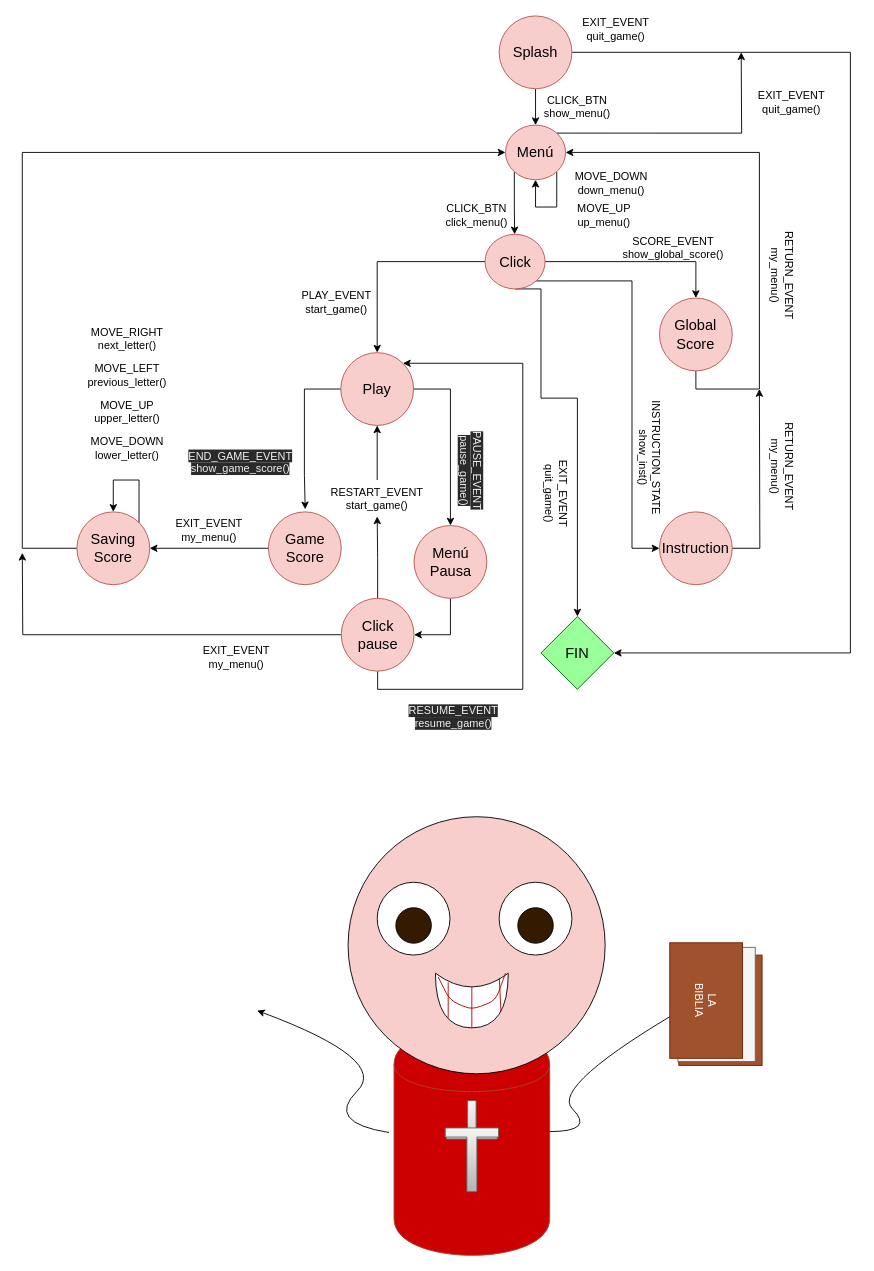
Above: some files/fsm_sketch.dio in KevinWahle/Programacion-1-TP-Integrador (draw.io), before the change. Source tidied: cells renumbered, new cells numbered last; positions are measured from the earlier drawing's top-left corner, leaving out a move shared by most shapes. Both pictures are drawn from the tidied source at 91%, with x=0, y=0 at pixel (22, 15).
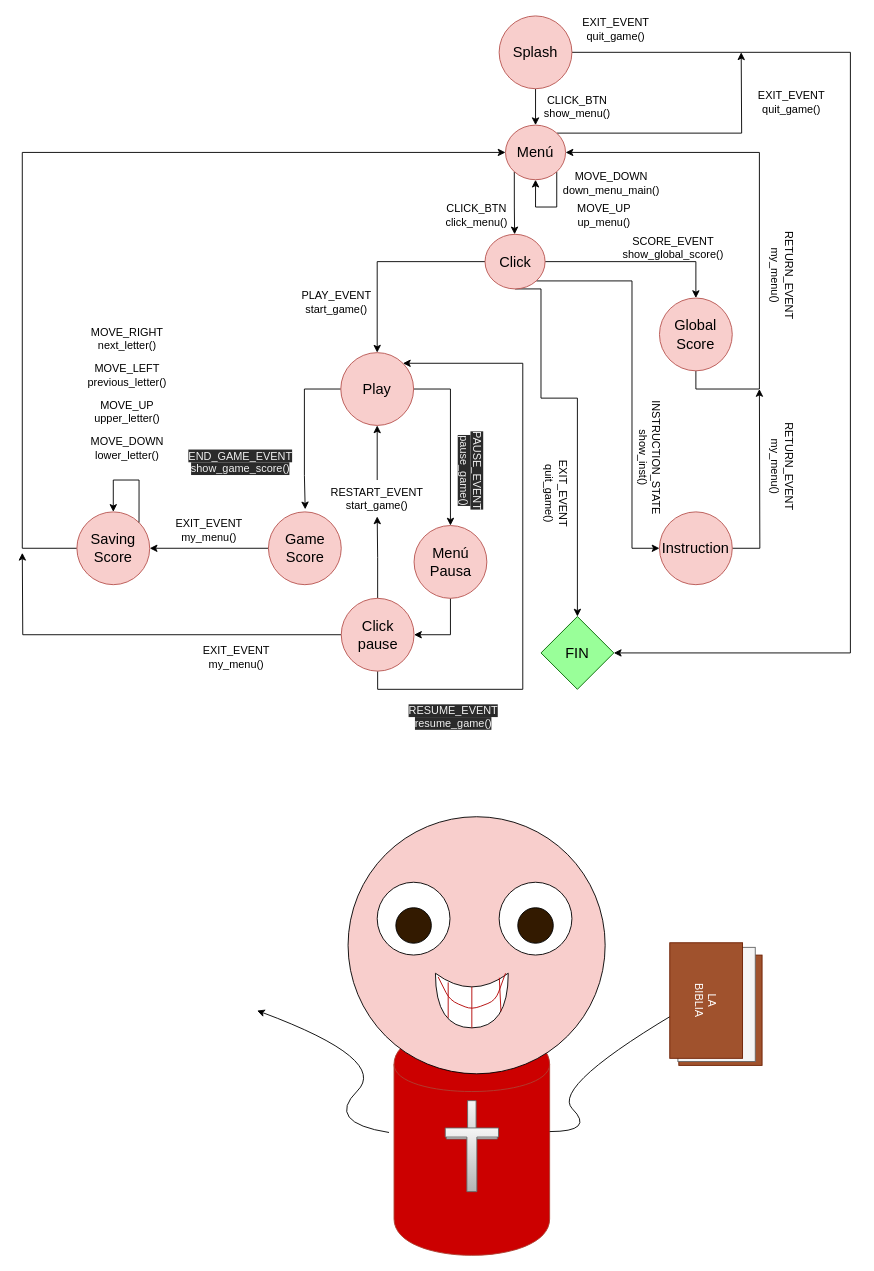
After the change.

The edit, as a diff of the source:
```diff
@@
-    <mxCell id="35" value="MOVE_DOWN&lt;br&gt;down_menu()&lt;br&gt;" style="text;html=1;align=center;verticalAlign=middle;" parent="1" vertex="1">
-      <mxGeometry x="597" y="169" width="100" height="30" as="geometry" />
+    <mxCell id="35" value="MOVE_DOWN&lt;br&gt;down_menu_main()" style="text;html=1;align=center;verticalAlign=middle;" parent="1" vertex="1">
+      <mxGeometry x="587" y="169" width="120" height="30" as="geometry" />
     </mxCell>
```
